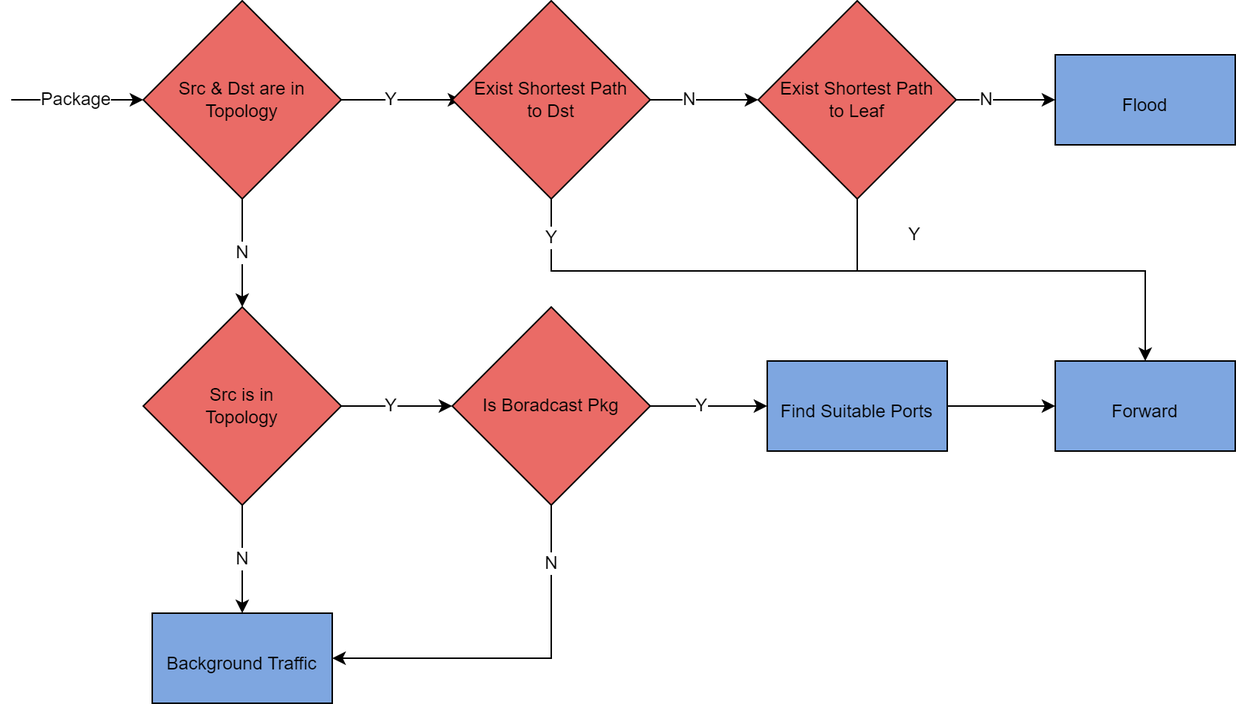
Above: project-4/Flowchart.png in ericltw/DCN (draw.io), before the change. Source tidied: cells renumbered, new cells last; positions are measured from the earlier drawing's top-left corner, leaving out a move shared by most shapes.
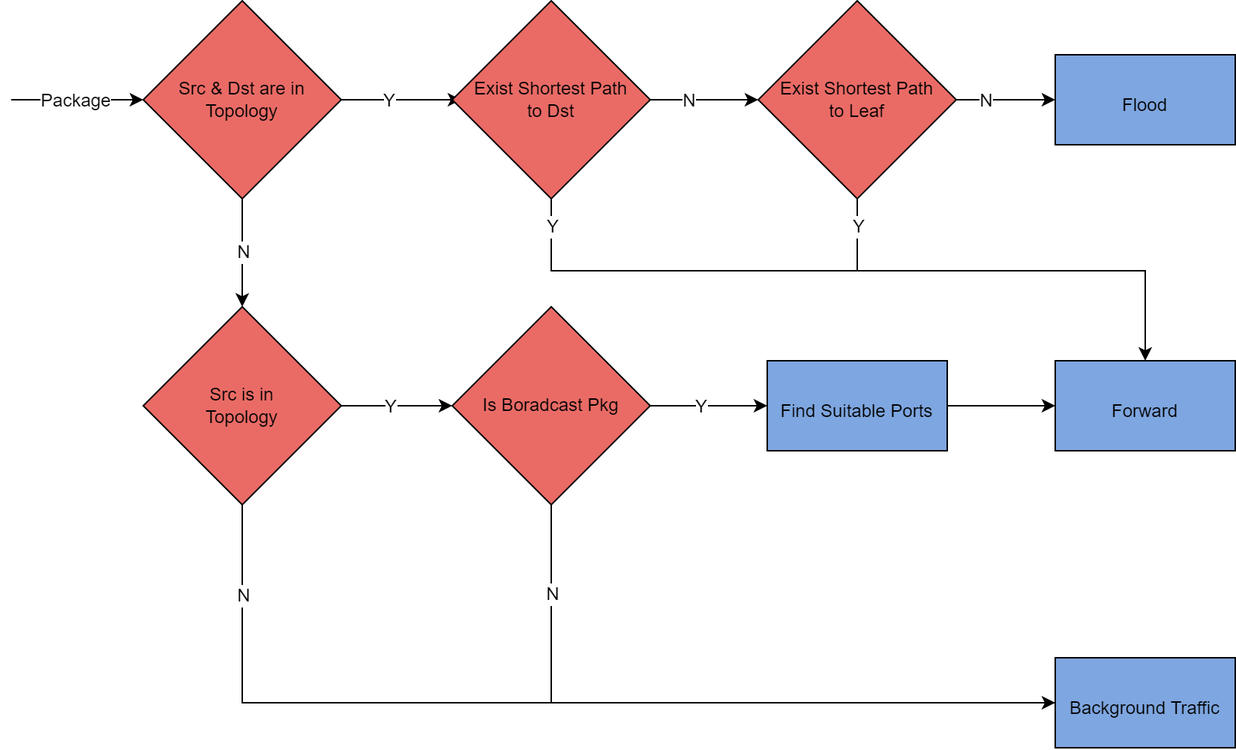
Above is the later version.

Commit message:
Correct project 4 flowchart

Change to the diagram source:
```diff
@@ -32,14 +32,6 @@
         <mxPoint x="-3" y="13" as="offset" />
       </mxGeometry>
     </mxCell>
-    <mxCell id="10" style="endArrow=classic;html=1;rounded=0;fontSize=12;exitX=0.5;exitY=1;exitDx=0;exitDy=0;entryX=0.5;entryY=0;entryDx=0;entryDy=0;" parent="1" edge="1" source="3" target="28">
-      <mxGeometry relative="1" as="geometry" />
-    </mxCell>
-    <mxCell id="11" value="N" style="edgeLabel;html=1;align=center;verticalAlign=middle;fontSize=12;" parent="10" vertex="1">
-      <mxGeometry x="-0.37" y="3" relative="1" as="geometry">
-        <mxPoint x="-3" y="13" as="offset" />
-      </mxGeometry>
-    </mxCell>
     <mxCell id="12" style="endArrow=classic;html=1;rounded=0;fontSize=12;entryX=0;entryY=0.5;entryDx=0;entryDy=0;exitX=1;exitY=0.5;exitDx=0;exitDy=0;" parent="1" edge="1" source="3" target="4">
       <mxGeometry relative="1" as="geometry" />
     </mxCell>
@@ -103,7 +95,7 @@
     </mxCell>
     <mxCell id="25" value="Y" style="edgeLabel;html=1;align=center;verticalAlign=middle;fontSize=12;" parent="24" vertex="1">
       <mxGeometry x="-0.37" y="-2" relative="1" as="geometry">
-        <mxPoint x="-8" y="-26" as="offset" />
+        <mxPoint x="-46" y="-32" as="offset" />
       </mxGeometry>
     </mxCell>
     <mxCell id="26" style="endArrow=none;html=1;rounded=0;fontSize=12;exitX=0.5;exitY=1;exitDx=0;exitDy=0;exitPerimeter=0;" parent="1" edge="1" source="31">
@@ -116,21 +108,24 @@
     </mxCell>
     <mxCell id="27" value="Y" style="edgeLabel;html=1;align=center;verticalAlign=middle;fontSize=12;" parent="26" vertex="1">
       <mxGeometry x="-0.76" y="-1" relative="1" as="geometry">
-        <mxPoint x="1" y="-4" as="offset" />
+        <mxPoint x="1" y="-12" as="offset" />
       </mxGeometry>
     </mxCell>
     <mxCell id="28" value="&lt;span style=&quot;font-size: 12px;&quot;&gt;Background Traffic&lt;/span&gt;" style="rounded=0;whiteSpace=wrap;html=1;fontSize=24;fillColor=#7EA6E0;" parent="1" vertex="1">
-      <mxGeometry x="94" y="408" width="120" height="60" as="geometry" />
+      <mxGeometry x="696" y="438" width="120" height="60" as="geometry" />
     </mxCell>
     <mxCell id="29" style="endArrow=classic;html=1;rounded=0;fontSize=12;exitX=0.5;exitY=1;exitDx=0;exitDy=0;" parent="1" edge="1" source="4" target="28">
       <mxGeometry relative="1" as="geometry">
         <Array as="points">
           <mxPoint x="360" y="438" />
+          <mxPoint x="360" y="468" />
         </Array>
       </mxGeometry>
     </mxCell>
     <mxCell id="30" value="N" style="edgeLabel;html=1;align=center;verticalAlign=middle;fontSize=12;" parent="29" vertex="1">
-      <mxGeometry x="-0.69" relative="1" as="geometry" />
+      <mxGeometry x="-0.69" relative="1" as="geometry">
+        <mxPoint y="-12" as="offset" />
+      </mxGeometry>
     </mxCell>
     <mxCell id="31" value="Exist Shortest Path&lt;br&gt;to Dst" style="rhombus;whiteSpace=wrap;html=1;fillColor=#EA6B66;" parent="1" vertex="1">
       <mxGeometry x="294" width="132" height="132" as="geometry" />
@@ -141,5 +136,17 @@
     <mxCell id="33" style="endArrow=classic;html=1;rounded=0;fontSize=12;entryX=0;entryY=0.5;entryDx=0;entryDy=0;exitX=1;exitY=0.5;exitDx=0;exitDy=0;" parent="1" edge="1" source="5" target="21">
       <mxGeometry relative="1" as="geometry" />
     </mxCell>
+    <mxCell id="10" style="endArrow=none;html=1;rounded=0;exitX=0.5;exitY=1;exitDx=0;exitDy=0;entryX=0;entryY=0.5;entryDx=0;entryDy=0;" parent="1" edge="1" source="3" target="28">
+      <mxGeometry relative="1" as="geometry">
+        <Array as="points">
+          <mxPoint x="154" y="468" />
+        </Array>
+      </mxGeometry>
+    </mxCell>
+    <mxCell id="11" value="N" style="edgeLabel;html=1;align=center;verticalAlign=middle;" parent="10" vertex="1">
+      <mxGeometry x="-0.84" y="4" relative="1" as="geometry">
+        <mxPoint x="-4" y="5" as="offset" />
+      </mxGeometry>
+    </mxCell>
   </root>
 </mxGraphModel>
```
